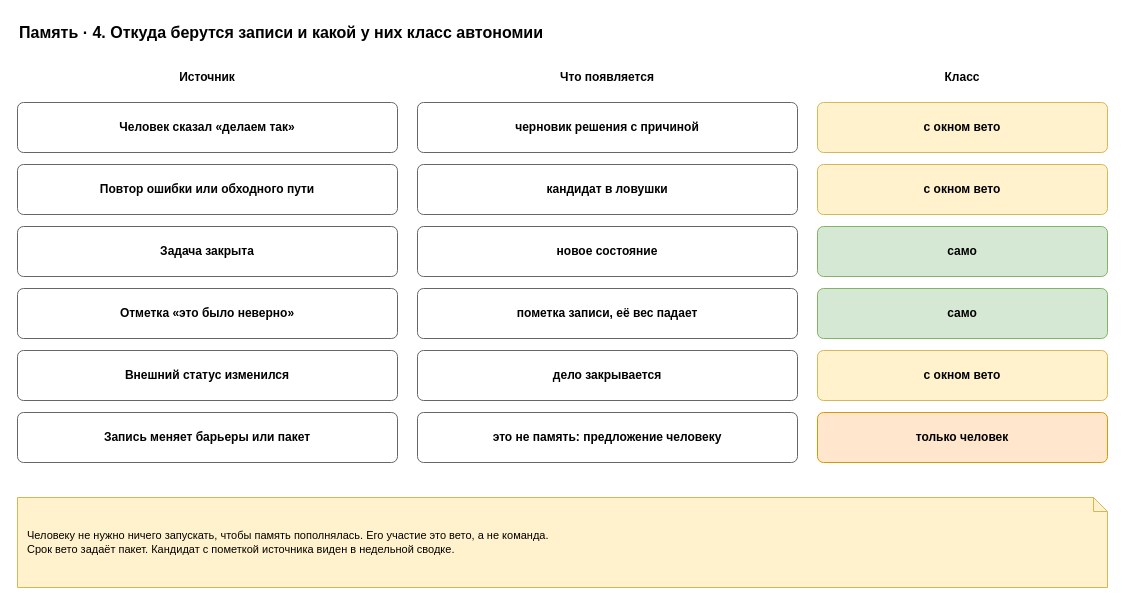
roygkov/reins keeps this draw.io diagram as page "4. Откуда берутся записи" (4 of 7) of docs/spec/harness-memory.drawio. Above is the earlier version. Source tidied: cells renumbered, new cells numbered last; positions are measured from the earlier drawing's top-left corner, leaving out a move shared by most shapes. Both pictures are drawn from the tidied source at 100%, with x=0, y=0 at pixel (17, 17).
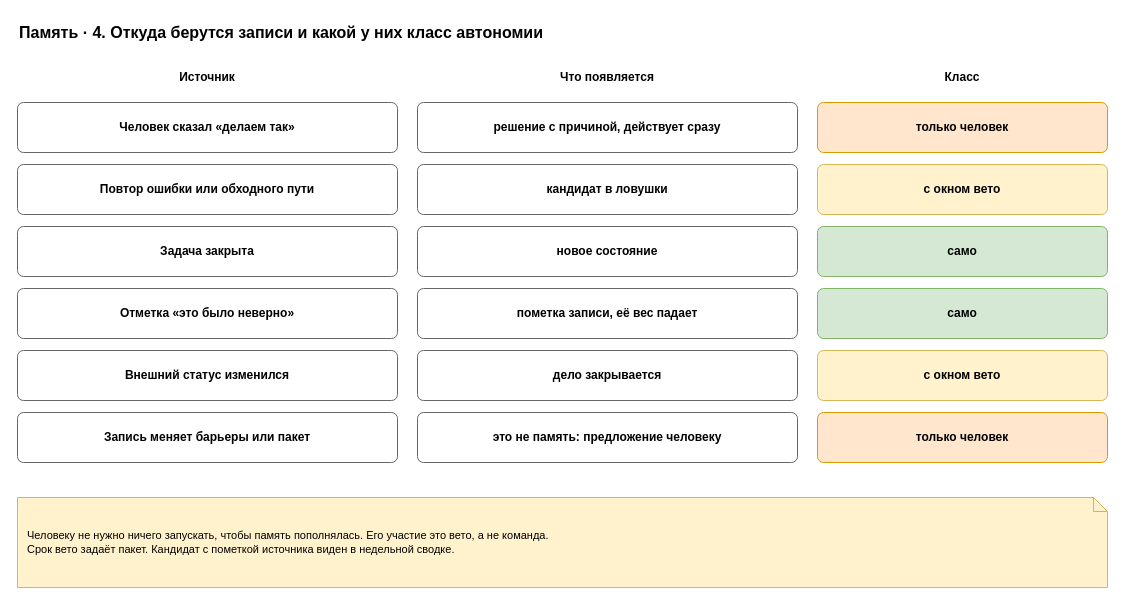
The same page after the edit.

What changed in the source:
```diff
@@
-    <mxCell id="7" value="&lt;b&gt;черновик решения с причиной&lt;/b&gt;" style="rounded=1;whiteSpace=wrap;html=1;fillColor=#ffffff;strokeColor=#666666;arcSize=12;fontStyle=0;" parent="1" vertex="1">
+    <mxCell id="7" value="&lt;b&gt;решение с причиной, действует сразу&lt;/b&gt;" style="rounded=1;whiteSpace=wrap;html=1;fillColor=#ffffff;strokeColor=#666666;arcSize=12;fontStyle=0;" parent="1" vertex="1">
       <mxGeometry x="400" y="85" width="380" height="50" as="geometry" />
     </mxCell>
-    <mxCell id="8" value="&lt;b&gt;с окном вето&lt;/b&gt;" style="rounded=1;whiteSpace=wrap;html=1;fillColor=#fff2cc;strokeColor=#d6b656;arcSize=12;fontStyle=0;" parent="1" vertex="1">
+    <mxCell id="8" value="&lt;b&gt;только человек&lt;/b&gt;" style="rounded=1;whiteSpace=wrap;html=1;fillColor=#ffe6cc;strokeColor=#d79b00;arcSize=12;fontStyle=0;" parent="1" vertex="1">
       <mxGeometry x="800" y="85" width="290" height="50" as="geometry" />
     </mxCell>
```
